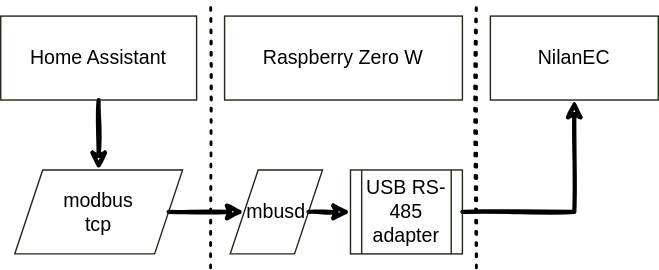
joriws/nilan2homeassistant keeps this draw.io diagram as HA-comms.svg. Above is the earlier version. Source tidied: cells renumbered, new cells last; positions are measured from the earlier drawing's top-left corner, leaving out a move shared by most shapes. The source it was exported from:
```xml
<mxGraphModel>
  <root>
    <mxCell id="0" />
    <mxCell id="1" parent="0" />
    <mxCell id="2" style="rounded=0;sketch=1;jettySize=auto;html=1;entryX=0.5;entryY=0;entryDx=0;entryDy=0;shadow=0;fontSize=14;strokeWidth=3;" parent="1" edge="1" source="3" target="5">
      <mxGeometry relative="1" as="geometry" />
    </mxCell>
    <mxCell id="3" value="Home Assistant" style="rounded=0;whiteSpace=wrap;html=1;shadow=0;sketch=0;fontSize=14;strokeColor=#1E2917;strokeWidth=1;fillColor=none;gradientColor=none;" parent="1" vertex="1">
      <mxGeometry y="10" width="140" height="60" as="geometry" />
    </mxCell>
    <mxCell id="4" style="rounded=0;sketch=1;jettySize=auto;html=1;exitX=1;exitY=0.5;exitDx=0;exitDy=0;entryX=0;entryY=0.5;entryDx=0;entryDy=0;shadow=0;fontSize=14;strokeWidth=3;" parent="1" edge="1" source="5" target="8">
      <mxGeometry relative="1" as="geometry" />
    </mxCell>
    <mxCell id="5" value="&lt;div&gt;modbus&lt;/div&gt;&lt;div&gt;tcp&lt;br&gt;&lt;/div&gt;" style="shape=parallelogram;perimeter=parallelogramPerimeter;whiteSpace=wrap;html=1;fixedSize=1;rounded=0;shadow=0;sketch=0;fontSize=14;strokeColor=#1E2917;strokeWidth=1;fillColor=none;gradientColor=none;" parent="1" vertex="1">
      <mxGeometry x="10" y="120" width="120" height="60" as="geometry" />
    </mxCell>
    <mxCell id="6" value="Raspberry Zero W" style="rounded=0;whiteSpace=wrap;html=1;shadow=0;sketch=0;fontSize=14;strokeColor=#1E2917;strokeWidth=1;fillColor=none;gradientColor=none;" parent="1" vertex="1">
      <mxGeometry x="160" y="10" width="170" height="60" as="geometry" />
    </mxCell>
    <mxCell id="7" style="rounded=0;sketch=1;jettySize=auto;html=1;exitX=1;exitY=0.5;exitDx=0;exitDy=0;entryX=0;entryY=0.5;entryDx=0;entryDy=0;shadow=0;fontSize=14;strokeWidth=3;" parent="1" edge="1" source="8" target="11">
      <mxGeometry relative="1" as="geometry" />
    </mxCell>
    <mxCell id="8" value="mbusd" style="shape=parallelogram;perimeter=parallelogramPerimeter;whiteSpace=wrap;html=1;fixedSize=1;rounded=0;shadow=0;sketch=0;fontSize=14;strokeColor=#1E2917;strokeWidth=1;fillColor=none;gradientColor=none;" parent="1" vertex="1">
      <mxGeometry x="164" y="120" width="66" height="60" as="geometry" />
    </mxCell>
    <mxCell id="9" value="NilanEC" style="rounded=0;whiteSpace=wrap;html=1;shadow=0;sketch=0;fontSize=14;strokeColor=#1E2917;strokeWidth=1;fillColor=none;gradientColor=none;" parent="1" vertex="1">
      <mxGeometry x="350" y="10" width="120" height="60" as="geometry" />
    </mxCell>
    <mxCell id="10" style="edgeStyle=orthogonalEdgeStyle;rounded=0;sketch=1;jettySize=auto;html=1;exitX=1;exitY=0.5;exitDx=0;exitDy=0;entryX=0.5;entryY=1;entryDx=0;entryDy=0;shadow=0;fontSize=14;strokeWidth=3;" parent="1" edge="1" source="11" target="9">
      <mxGeometry relative="1" as="geometry" />
    </mxCell>
    <mxCell id="11" value="&lt;div&gt;USB RS-485&lt;/div&gt;&lt;div&gt;adapter&lt;br&gt;&lt;/div&gt;" style="shape=process;whiteSpace=wrap;html=1;backgroundOutline=1;rounded=0;shadow=0;sketch=0;fontSize=14;strokeColor=#1E2917;strokeWidth=1;fillColor=none;gradientColor=none;" parent="1" vertex="1">
      <mxGeometry x="250" y="120" width="80" height="60" as="geometry" />
    </mxCell>
    <mxCell id="12" style="endArrow=none;dashed=1;html=1;dashPattern=1 3;strokeWidth=2;rounded=0;shadow=0;sketch=1;fontSize=14;" parent="1" edge="1">
      <mxGeometry relative="1" as="geometry">
        <mxPoint x="150" y="190" as="sourcePoint" />
        <mxPoint x="150" as="targetPoint" />
      </mxGeometry>
    </mxCell>
    <mxCell id="13" style="endArrow=none;dashed=1;html=1;dashPattern=1 3;strokeWidth=2;rounded=0;shadow=0;sketch=1;fontSize=14;" parent="1" edge="1">
      <mxGeometry relative="1" as="geometry">
        <mxPoint x="340" y="190" as="sourcePoint" />
        <mxPoint x="340" as="targetPoint" />
      </mxGeometry>
    </mxCell>
  </root>
</mxGraphModel>
```
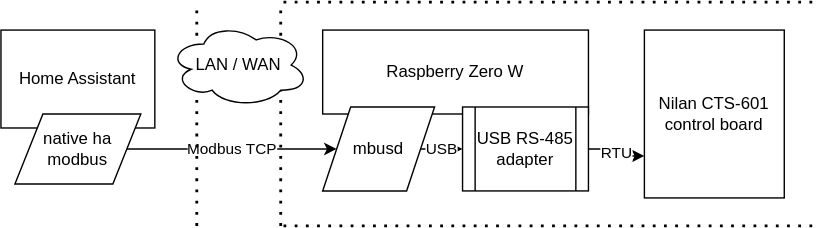
The same file after the commit.

Commit message:
refined remoteness of comms

Change to the diagram source:
```diff
@@ -2,47 +2,59 @@
   <root>
     <mxCell id="0" />
     <mxCell id="1" parent="0" />
-    <mxCell id="2" style="rounded=0;sketch=1;jettySize=auto;html=1;entryX=0.5;entryY=0;entryDx=0;entryDy=0;shadow=0;fontSize=14;strokeWidth=3;" parent="1" edge="1" source="3" target="5">
-      <mxGeometry relative="1" as="geometry" />
-    </mxCell>
-    <mxCell id="3" value="Home Assistant" style="rounded=0;whiteSpace=wrap;html=1;shadow=0;sketch=0;fontSize=14;strokeColor=#1E2917;strokeWidth=1;fillColor=none;gradientColor=none;" parent="1" vertex="1">
-      <mxGeometry y="10" width="140" height="60" as="geometry" />
-    </mxCell>
-    <mxCell id="4" style="rounded=0;sketch=1;jettySize=auto;html=1;exitX=1;exitY=0.5;exitDx=0;exitDy=0;entryX=0;entryY=0.5;entryDx=0;entryDy=0;shadow=0;fontSize=14;strokeWidth=3;" parent="1" edge="1" source="5" target="8">
-      <mxGeometry relative="1" as="geometry" />
-    </mxCell>
-    <mxCell id="5" value="&lt;div&gt;modbus&lt;/div&gt;&lt;div&gt;tcp&lt;br&gt;&lt;/div&gt;" style="shape=parallelogram;perimeter=parallelogramPerimeter;whiteSpace=wrap;html=1;fixedSize=1;rounded=0;shadow=0;sketch=0;fontSize=14;strokeColor=#1E2917;strokeWidth=1;fillColor=none;gradientColor=none;" parent="1" vertex="1">
-      <mxGeometry x="10" y="120" width="120" height="60" as="geometry" />
-    </mxCell>
+    <mxCell id="14" style="endArrow=none;dashed=1;html=1;dashPattern=1 3;strokeWidth=2;rounded=0;" parent="1" edge="1">
+      <mxGeometry relative="1" as="geometry">
+        <mxPoint x="210" y="400" as="sourcePoint" />
+        <mxPoint x="210" y="240" as="targetPoint" />
+      </mxGeometry>
+    </mxCell>
+    <mxCell id="15" value="Nilan CTS-601 control board" style="rounded=0;whiteSpace=wrap;html=1;" parent="1" vertex="1">
+      <mxGeometry x="470" y="260" width="100" height="120" as="geometry" />
+    </mxCell>
-    <mxCell id="6" value="Raspberry Zero W" style="rounded=0;whiteSpace=wrap;html=1;shadow=0;sketch=0;fontSize=14;strokeColor=#1E2917;strokeWidth=1;fillColor=none;gradientColor=none;" parent="1" vertex="1">
-      <mxGeometry x="160" y="10" width="170" height="60" as="geometry" />
+    <mxCell id="6" value="Raspberry Zero W" style="rounded=0;whiteSpace=wrap;html=1;" parent="1" vertex="1">
+      <mxGeometry x="240" y="260" width="190" height="60" as="geometry" />
     </mxCell>
+    <mxCell id="16" value="RTU" style="edgeStyle=orthogonalEdgeStyle;rounded=0;jettySize=auto;html=1;entryX=0;entryY=0.75;entryDx=0;entryDy=0;" parent="1" edge="1" source="11" target="15">
+      <mxGeometry relative="1" as="geometry" />
+    </mxCell>
+    <mxCell id="11" value="USB RS-485 adapter" style="shape=process;whiteSpace=wrap;html=1;backgroundOutline=1;" parent="1" vertex="1">
+      <mxGeometry x="340" y="315" width="90" height="60" as="geometry" />
+    </mxCell>
-    <mxCell id="7" style="rounded=0;sketch=1;jettySize=auto;html=1;exitX=1;exitY=0.5;exitDx=0;exitDy=0;entryX=0;entryY=0.5;entryDx=0;entryDy=0;shadow=0;fontSize=14;strokeWidth=3;" parent="1" edge="1" source="8" target="11">
+    <mxCell id="7" value="USB" style="edgeStyle=orthogonalEdgeStyle;rounded=0;jettySize=auto;html=1;exitX=1;exitY=0.5;exitDx=0;exitDy=0;entryX=0;entryY=0.5;entryDx=0;entryDy=0;" parent="1" edge="1" source="8" target="11">
       <mxGeometry relative="1" as="geometry" />
     </mxCell>
-    <mxCell id="8" value="mbusd" style="shape=parallelogram;perimeter=parallelogramPerimeter;whiteSpace=wrap;html=1;fixedSize=1;rounded=0;shadow=0;sketch=0;fontSize=14;strokeColor=#1E2917;strokeWidth=1;fillColor=none;gradientColor=none;" parent="1" vertex="1">
-      <mxGeometry x="164" y="120" width="66" height="60" as="geometry" />
+    <mxCell id="8" value="mbusd" style="shape=parallelogram;perimeter=parallelogramPerimeter;whiteSpace=wrap;html=1;fixedSize=1;" parent="1" vertex="1">
+      <mxGeometry x="240" y="315" width="80" height="60" as="geometry" />
     </mxCell>
-    <mxCell id="9" value="NilanEC" style="rounded=0;whiteSpace=wrap;html=1;shadow=0;sketch=0;fontSize=14;strokeColor=#1E2917;strokeWidth=1;fillColor=none;gradientColor=none;" parent="1" vertex="1">
-      <mxGeometry x="350" y="10" width="120" height="60" as="geometry" />
-    </mxCell>
-    <mxCell id="10" style="edgeStyle=orthogonalEdgeStyle;rounded=0;sketch=1;jettySize=auto;html=1;exitX=1;exitY=0.5;exitDx=0;exitDy=0;entryX=0.5;entryY=1;entryDx=0;entryDy=0;shadow=0;fontSize=14;strokeWidth=3;" parent="1" edge="1" source="11" target="9">
-      <mxGeometry relative="1" as="geometry" />
-    </mxCell>
-    <mxCell id="11" value="&lt;div&gt;USB RS-485&lt;/div&gt;&lt;div&gt;adapter&lt;br&gt;&lt;/div&gt;" style="shape=process;whiteSpace=wrap;html=1;backgroundOutline=1;rounded=0;shadow=0;sketch=0;fontSize=14;strokeColor=#1E2917;strokeWidth=1;fillColor=none;gradientColor=none;" parent="1" vertex="1">
-      <mxGeometry x="250" y="120" width="80" height="60" as="geometry" />
-    </mxCell>
-    <mxCell id="12" style="endArrow=none;dashed=1;html=1;dashPattern=1 3;strokeWidth=2;rounded=0;shadow=0;sketch=1;fontSize=14;" parent="1" edge="1">
-      <mxGeometry relative="1" as="geometry">
-        <mxPoint x="150" y="190" as="sourcePoint" />
-        <mxPoint x="150" as="targetPoint" />
-      </mxGeometry>
-    </mxCell>
-    <mxCell id="13" style="endArrow=none;dashed=1;html=1;dashPattern=1 3;strokeWidth=2;rounded=0;shadow=0;sketch=1;fontSize=14;" parent="1" edge="1">
-      <mxGeometry relative="1" as="geometry">
-        <mxPoint x="340" y="190" as="sourcePoint" />
-        <mxPoint x="340" as="targetPoint" />
-      </mxGeometry>
-    </mxCell>
+    <mxCell id="17" value="Modbus TCP" style="edgeStyle=orthogonalEdgeStyle;rounded=0;jettySize=auto;html=1;exitX=1;exitY=0.5;exitDx=0;exitDy=0;entryX=0;entryY=0.5;entryDx=0;entryDy=0;" parent="1" edge="1" source="22" target="8">
+      <mxGeometry relative="1" as="geometry" />
+    </mxCell>
+    <mxCell id="3" value="Home Assistant" style="rounded=0;whiteSpace=wrap;html=1;" parent="1" vertex="1">
+      <mxGeometry x="10" y="260" width="110" height="70" as="geometry" />
+    </mxCell>
+    <mxCell id="18" style="endArrow=none;dashed=1;html=1;dashPattern=1 3;strokeWidth=2;rounded=0;" parent="1" edge="1">
+      <mxGeometry relative="1" as="geometry">
+        <mxPoint x="150" y="400" as="sourcePoint" />
+        <mxPoint x="150" y="240" as="targetPoint" />
+      </mxGeometry>
+    </mxCell>
+    <mxCell id="19" value="LAN / WAN" style="ellipse;shape=cloud;whiteSpace=wrap;html=1;" parent="1" vertex="1">
+      <mxGeometry x="130" y="255" width="100" height="60" as="geometry" />
+    </mxCell>
+    <mxCell id="20" style="endArrow=none;dashed=1;html=1;dashPattern=1 3;strokeWidth=2;rounded=0;" parent="1" edge="1">
+      <mxGeometry relative="1" as="geometry">
+        <mxPoint x="590" y="400" as="sourcePoint" />
+        <mxPoint x="210" y="400" as="targetPoint" />
+      </mxGeometry>
+    </mxCell>
+    <mxCell id="21" style="endArrow=none;dashed=1;html=1;dashPattern=1 3;strokeWidth=2;rounded=0;" parent="1" edge="1">
+      <mxGeometry relative="1" as="geometry">
+        <mxPoint x="590" y="240" as="sourcePoint" />
+        <mxPoint x="210" y="240" as="targetPoint" />
+      </mxGeometry>
+    </mxCell>
+    <mxCell id="22" value="native ha&lt;br&gt;modbus" style="shape=parallelogram;perimeter=parallelogramPerimeter;whiteSpace=wrap;html=1;fixedSize=1;" parent="1" vertex="1">
+      <mxGeometry x="20" y="320" width="90" height="50" as="geometry" />
+    </mxCell>
   </root>
 </mxGraphModel>
```
